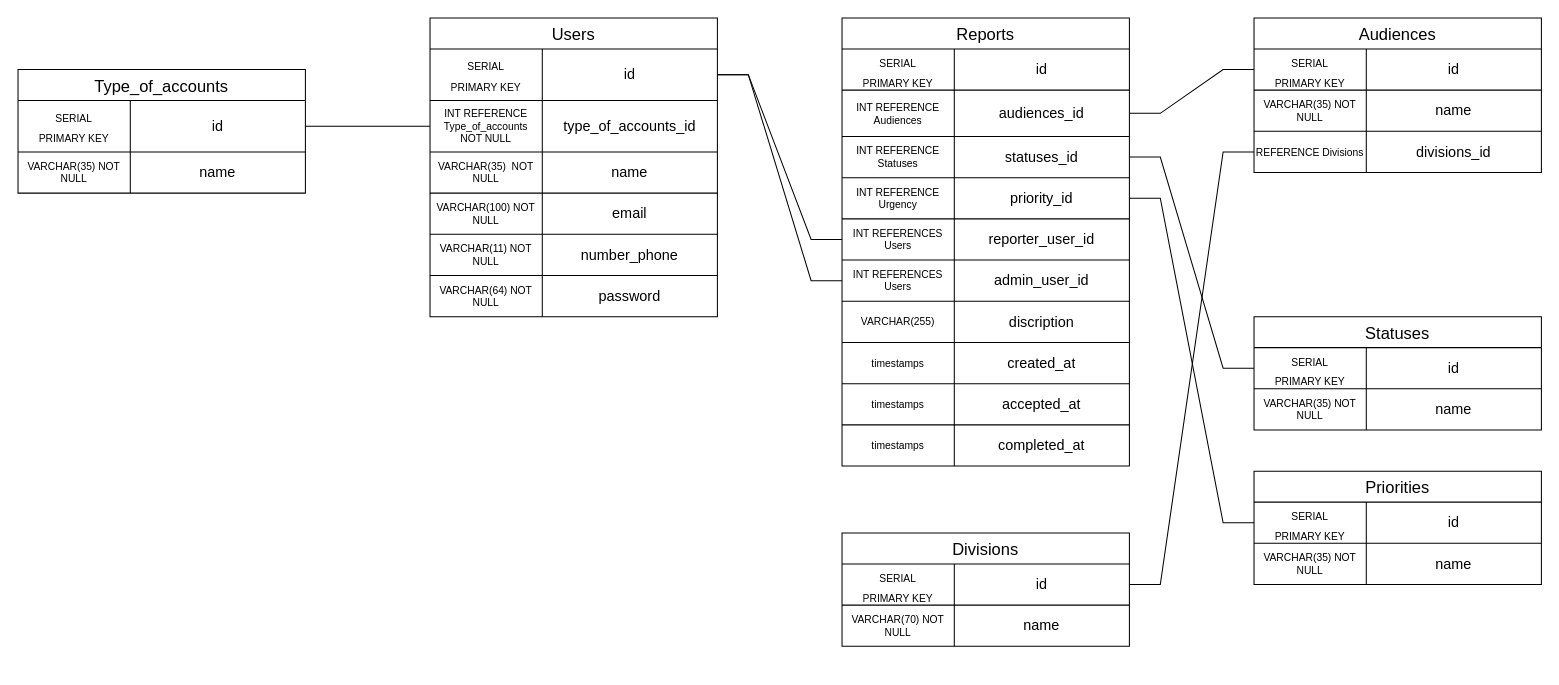
Above: db.drawio in Probe1st/sielom-reporter (draw.io), before the change. Source tidied: cells renumbered, new cells numbered last; positions are measured from the earlier drawing's top-left corner, leaving out a move shared by most shapes. Both pictures are drawn from the tidied source at 103%, with x=0, y=0 at pixel (18, 18).
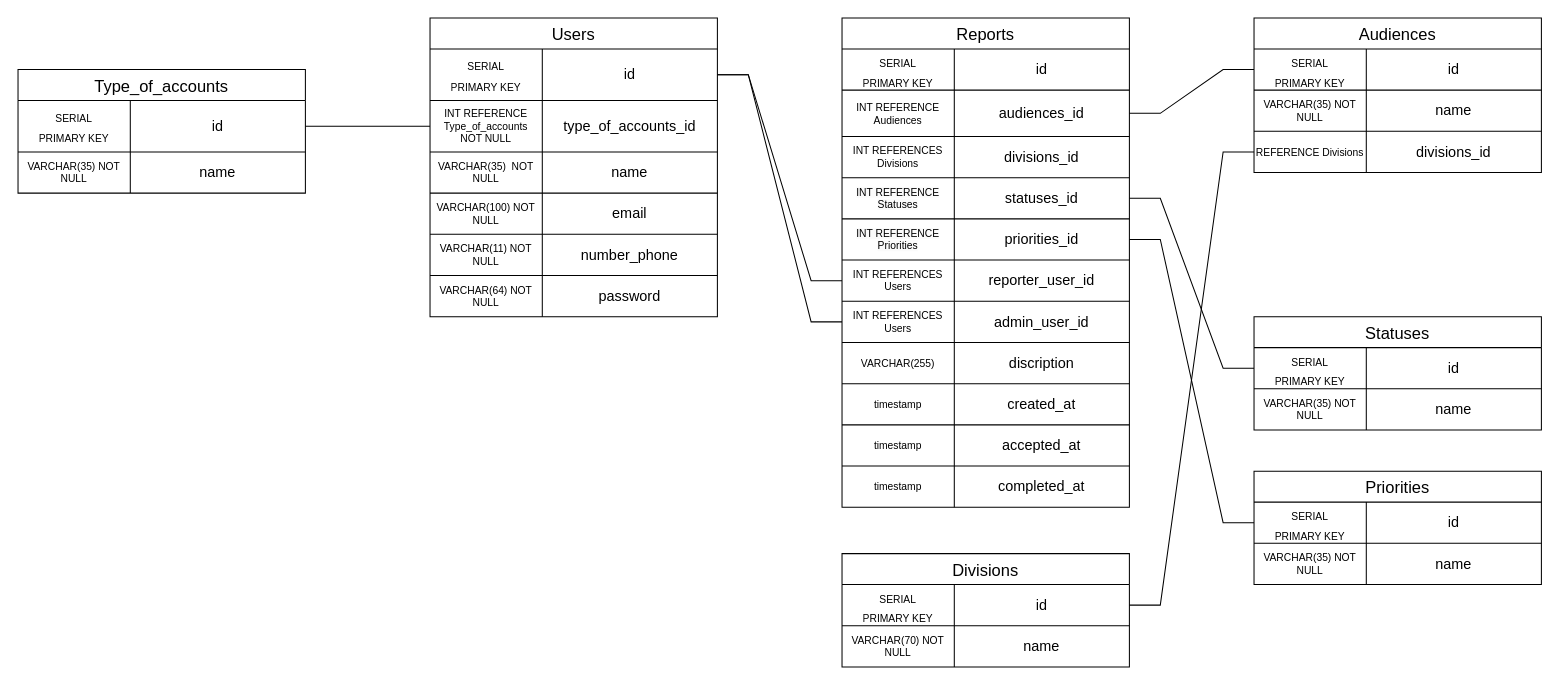
The same page after the edit.

The edit, as a diff of the source:
```diff
@@
     <mxCell id="52" value="Reports" style="shape=table;startSize=30;childLayout=tableLayout;strokeColor=default;fontSize=16;" parent="1" vertex="1">
-      <mxGeometry x="800" width="279" height="435" as="geometry" />
+      <mxGeometry x="800" width="279" height="475" as="geometry" />
     </mxCell>
@@
+    <mxCell id="97" style="shape=tableRow;horizontal=0;startSize=0;swimlaneHead=0;swimlaneBody=0;strokeColor=inherit;top=0;left=0;bottom=0;right=0;fillColor=none;fontSize=16;" parent="52" vertex="1">
+      <mxGeometry y="115" width="279" height="40" as="geometry" />
+    </mxCell>
+    <mxCell id="98" value="INT REFERENCES Divisions" style="shape=partialRectangle;html=1;whiteSpace=wrap;strokeColor=inherit;overflow=hidden;fillColor=none;top=0;left=0;bottom=0;right=0;fontSize=10;" parent="97" vertex="1">
+      <mxGeometry width="109" height="40" as="geometry" />
+    </mxCell>
+    <mxCell id="99" value="divisions_id" style="shape=partialRectangle;html=1;whiteSpace=wrap;strokeColor=inherit;overflow=hidden;fillColor=none;top=0;left=0;bottom=0;right=0;fontSize=14;" parent="97" vertex="1">
+      <mxGeometry x="109" width="170" height="40" as="geometry" />
+    </mxCell>
     <mxCell id="59" style="shape=tableRow;horizontal=0;startSize=0;swimlaneHead=0;swimlaneBody=0;strokeColor=inherit;top=0;left=0;bottom=0;right=0;fillColor=none;points=[[0,0.5],[1,0.5]];portConstraint=eastwest;fontSize=16;" parent="52" vertex="1">
-      <mxGeometry y="115" width="279" height="40" as="geometry" />
+      <mxGeometry y="155" width="279" height="40" as="geometry" />
     </mxCell>
@@
     <mxCell id="62" style="shape=tableRow;horizontal=0;startSize=0;swimlaneHead=0;swimlaneBody=0;strokeColor=inherit;top=0;left=0;bottom=0;right=0;fillColor=none;points=[[0,0.5],[1,0.5]];portConstraint=eastwest;fontSize=16;" parent="52" vertex="1">
-      <mxGeometry y="155" width="279" height="40" as="geometry" />
+      <mxGeometry y="195" width="279" height="40" as="geometry" />
     </mxCell>
-    <mxCell id="63" value="&lt;span style=&quot;color: rgb(0, 0, 0); font-family: Helvetica; font-size: 10px; font-style: normal; font-variant-ligatures: normal; font-variant-caps: normal; font-weight: 400; letter-spacing: normal; orphans: 2; text-align: center; text-indent: 0px; text-transform: none; widows: 2; word-spacing: 0px; -webkit-text-stroke-width: 0px; white-space: normal; background-color: rgb(251, 251, 251); text-decoration-thickness: initial; text-decoration-style: initial; text-decoration-color: initial; display: inline !important; float: none;&quot;&gt;INT REFERENCE Urgency&lt;/span&gt;" style="shape=partialRectangle;html=1;whiteSpace=wrap;strokeColor=inherit;overflow=hidden;fillColor=none;top=0;left=0;bottom=0;right=0;fontSize=10;" parent="62" vertex="1">
+    <mxCell id="63" value="&lt;span style=&quot;color: rgb(0, 0, 0); font-family: Helvetica; font-size: 10px; font-style: normal; font-variant-ligatures: normal; font-variant-caps: normal; font-weight: 400; letter-spacing: normal; orphans: 2; text-align: center; text-indent: 0px; text-transform: none; widows: 2; word-spacing: 0px; -webkit-text-stroke-width: 0px; white-space: normal; background-color: rgb(251, 251, 251); text-decoration-thickness: initial; text-decoration-style: initial; text-decoration-color: initial; display: inline !important; float: none;&quot;&gt;INT REFERENCE Priorities&lt;/span&gt;" style="shape=partialRectangle;html=1;whiteSpace=wrap;strokeColor=inherit;overflow=hidden;fillColor=none;top=0;left=0;bottom=0;right=0;fontSize=10;" parent="62" vertex="1">
       <mxGeometry width="109" height="40" as="geometry" />
     </mxCell>
-    <mxCell id="64" value="priority_id" style="shape=partialRectangle;html=1;whiteSpace=wrap;strokeColor=inherit;overflow=hidden;fillColor=none;top=0;left=0;bottom=0;right=0;fontSize=14;" parent="62" vertex="1">
+    <mxCell id="64" value="priorities_id" style="shape=partialRectangle;html=1;whiteSpace=wrap;strokeColor=inherit;overflow=hidden;fillColor=none;top=0;left=0;bottom=0;right=0;fontSize=14;" parent="62" vertex="1">
       <mxGeometry x="109" width="170" height="40" as="geometry" />
     </mxCell>
     <mxCell id="65" style="shape=tableRow;horizontal=0;startSize=0;swimlaneHead=0;swimlaneBody=0;strokeColor=inherit;top=0;left=0;bottom=0;right=0;fillColor=none;points=[[0,0.5],[1,0.5]];portConstraint=eastwest;fontSize=16;" parent="52" vertex="1">
-      <mxGeometry y="195" width="279" height="40" as="geometry" />
+      <mxGeometry y="235" width="279" height="40" as="geometry" />
     </mxCell>
@@
     <mxCell id="68" style="shape=tableRow;horizontal=0;startSize=0;swimlaneHead=0;swimlaneBody=0;strokeColor=inherit;top=0;left=0;bottom=0;right=0;fillColor=none;points=[[0,0.5],[1,0.5]];portConstraint=eastwest;fontSize=16;" parent="52" vertex="1">
-      <mxGeometry y="235" width="279" height="40" as="geometry" />
+      <mxGeometry y="275" width="279" height="40" as="geometry" />
     </mxCell>
@@
     <mxCell id="71" style="shape=tableRow;horizontal=0;startSize=0;swimlaneHead=0;swimlaneBody=0;strokeColor=inherit;top=0;left=0;bottom=0;right=0;fillColor=none;fontSize=16;" parent="52" vertex="1">
-      <mxGeometry y="275" width="279" height="40" as="geometry" />
+      <mxGeometry y="315" width="279" height="40" as="geometry" />
     </mxCell>
@@
     <mxCell id="74" style="shape=tableRow;horizontal=0;startSize=0;swimlaneHead=0;swimlaneBody=0;strokeColor=inherit;top=0;left=0;bottom=0;right=0;fillColor=none;fontSize=16;" parent="52" vertex="1">
-      <mxGeometry y="315" width="279" height="40" as="geometry" />
+      <mxGeometry y="355" width="279" height="40" as="geometry" />
     </mxCell>
-    <mxCell id="75" value="timestamps" style="shape=partialRectangle;html=1;whiteSpace=wrap;strokeColor=inherit;overflow=hidden;fillColor=none;top=0;left=0;bottom=0;right=0;fontSize=10;" parent="74" vertex="1">
+    <mxCell id="75" value="timestamp" style="shape=partialRectangle;html=1;whiteSpace=wrap;strokeColor=inherit;overflow=hidden;fillColor=none;top=0;left=0;bottom=0;right=0;fontSize=10;" parent="74" vertex="1">
       <mxGeometry width="109" height="40" as="geometry" />
     </mxCell>
@@
     <mxCell id="77" style="shape=tableRow;horizontal=0;startSize=0;swimlaneHead=0;swimlaneBody=0;strokeColor=inherit;top=0;left=0;bottom=0;right=0;fillColor=none;fontSize=16;" parent="52" vertex="1">
-      <mxGeometry y="355" width="279" height="40" as="geometry" />
+      <mxGeometry y="395" width="279" height="40" as="geometry" />
     </mxCell>
-    <mxCell id="78" value="timestamps" style="shape=partialRectangle;html=1;whiteSpace=wrap;strokeColor=inherit;overflow=hidden;fillColor=none;top=0;left=0;bottom=0;right=0;fontSize=10;" parent="77" vertex="1">
+    <mxCell id="78" value="timestamp" style="shape=partialRectangle;html=1;whiteSpace=wrap;strokeColor=inherit;overflow=hidden;fillColor=none;top=0;left=0;bottom=0;right=0;fontSize=10;" parent="77" vertex="1">
       <mxGeometry width="109" height="40" as="geometry" />
     </mxCell>
@@
     <mxCell id="80" style="shape=tableRow;horizontal=0;startSize=0;swimlaneHead=0;swimlaneBody=0;strokeColor=inherit;top=0;left=0;bottom=0;right=0;fillColor=none;fontSize=16;" parent="52" vertex="1">
-      <mxGeometry y="395" width="279" height="40" as="geometry" />
+      <mxGeometry y="435" width="279" height="40" as="geometry" />
     </mxCell>
-    <mxCell id="81" value="timestamps" style="shape=partialRectangle;html=1;whiteSpace=wrap;strokeColor=inherit;overflow=hidden;fillColor=none;top=0;left=0;bottom=0;right=0;fontSize=10;" parent="80" vertex="1">
+    <mxCell id="81" value="timestamp" style="shape=partialRectangle;html=1;whiteSpace=wrap;strokeColor=inherit;overflow=hidden;fillColor=none;top=0;left=0;bottom=0;right=0;fontSize=10;" parent="80" vertex="1">
       <mxGeometry width="109" height="40" as="geometry" />
     </mxCell>
@@
     <mxCell id="89" value="Divisions" style="shape=table;startSize=30;childLayout=tableLayout;strokeColor=default;fontSize=16;" parent="1" vertex="1">
-      <mxGeometry x="800" y="500" width="279" height="110" as="geometry" />
+      <mxGeometry x="800" y="520" width="279" height="110" as="geometry" />
     </mxCell>
```
